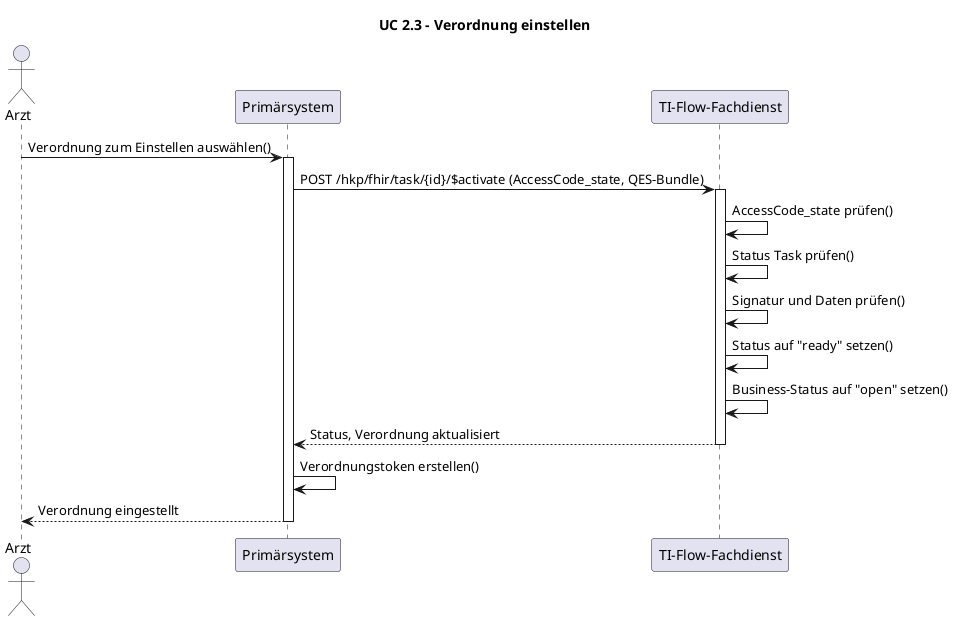
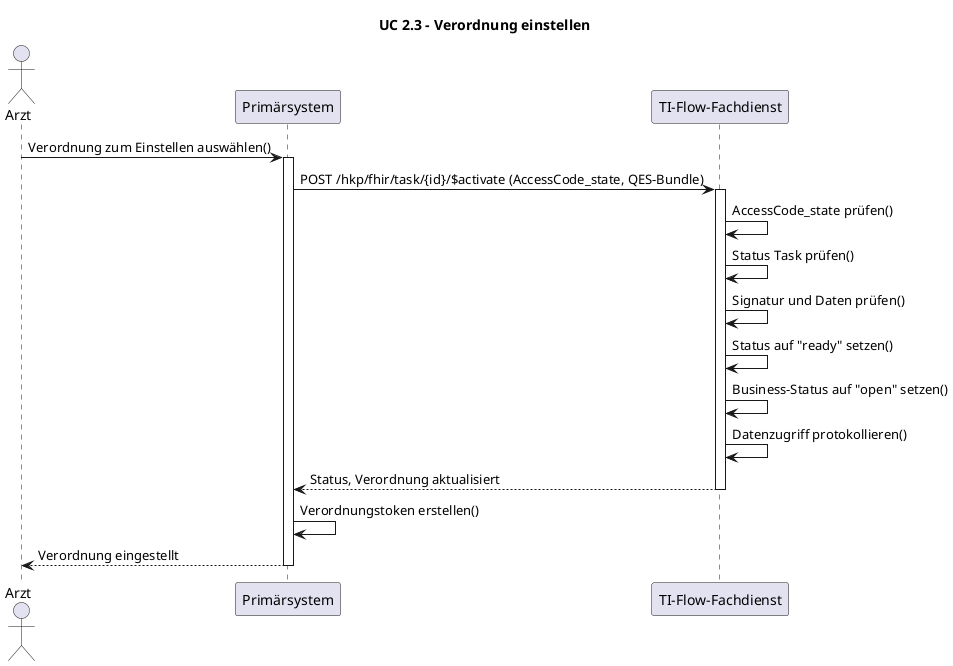
@startuml
title UC 2.3 - Verordnung einstellen

actor "Arzt" as Arzt
participant "Primärsystem" as PS
participant "TI-Flow-Fachdienst" as FD

Arzt -> PS: Verordnung zum Einstellen auswählen()
activate PS

PS -> FD: POST /hkp/fhir/task/{id}/$activate (AccessCode_state, QES-Bundle)
activate FD
FD -> FD: AccessCode_state prüfen()
FD -> FD: Status Task prüfen()
FD -> FD: Signatur und Daten prüfen()
FD -> FD: Status auf "ready" setzen()
FD -> FD: Business-Status auf "open" setzen()
+ FD -> FD: Datenzugriff protokollieren()
FD --> PS: Status, Verordnung aktualisiert
deactivate FD

PS -> PS: Verordnungstoken erstellen()
PS --> Arzt: Verordnung eingestellt
deactivate PS

@enduml